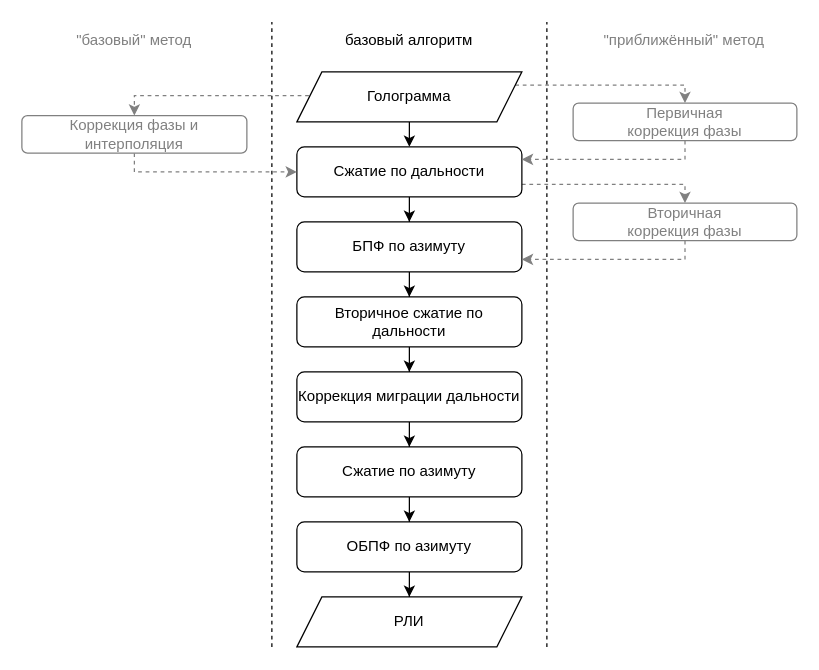
This is images/RDA.drawio from A1rsenij/sar-model, a draw.io file, before an edit. Source tidied: cells renumbered, new cells numbered last; positions are measured from the earlier drawing's top-left corner, leaving out a move shared by most shapes. Both pictures are drawn from the tidied source at 125%, with x=0, y=0 at pixel (21, 21).
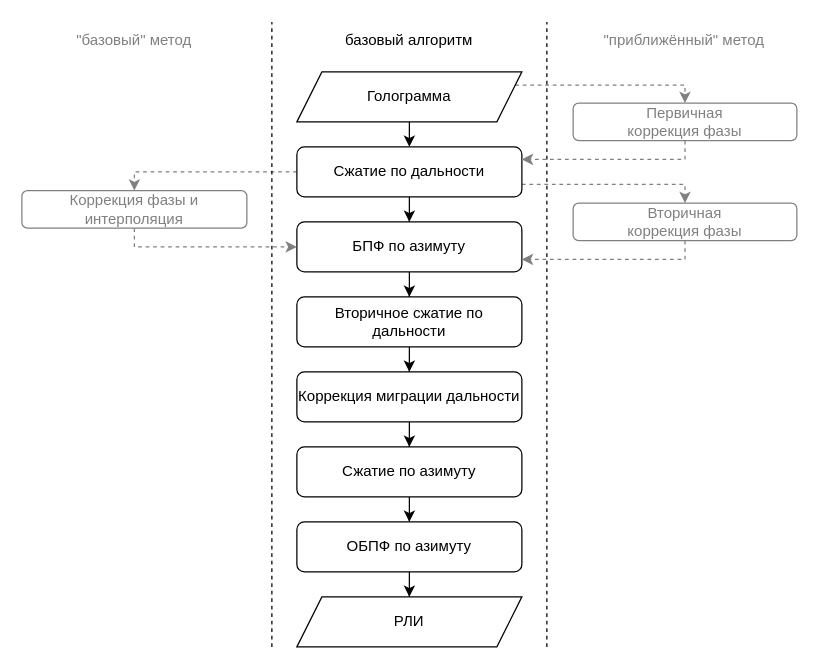
After the change.

Unchanged cells that the change refers to:
```xml
<mxCell id="6" value="Сжатие по дальности" style="rounded=1;glass=0;strokeWidth=1;shadow=0;fontFamily=JetBrains Mono;fontSize=12;whiteSpace=wrap;" parent="1" vertex="1">
  <mxGeometry x="220" y="100" width="180" height="40" as="geometry" />
</mxCell>
<mxCell id="8" value="БПФ по азимуту" style="rounded=1;glass=0;strokeWidth=1;shadow=0;fontFamily=JetBrains Mono;fontSize=12;whiteSpace=wrap;" parent="1" vertex="1">
  <mxGeometry x="220" y="160" width="180" height="40" as="geometry" />
</mxCell>
<mxCell id="29" value="Голограмма" style="shape=parallelogram;perimeter=parallelogramPerimeter;whiteSpace=wrap;html=1;fixedSize=1;fontFamily=JetBrains Mono;fontSize=12;" parent="1" vertex="1">
  <mxGeometry x="220" y="40" width="180" height="40" as="geometry" />
</mxCell>
```

The edit, as a diff of the source:
```diff
@@
-    <mxCell id="2" style="edgeStyle=orthogonalEdgeStyle;rounded=0;jettySize=auto;exitX=0;exitY=0.25;exitDx=0;exitDy=0;entryX=0.5;entryY=0;entryDx=0;entryDy=0;strokeColor=#808080;fontFamily=JetBrains Mono;fontSize=12;dashed=1;" parent="1" edge="1" source="29" target="23">
+    <mxCell id="2" style="edgeStyle=orthogonalEdgeStyle;rounded=0;jettySize=auto;exitX=0;exitY=0.5;exitDx=0;exitDy=0;entryX=0.5;entryY=0;entryDx=0;entryDy=0;strokeColor=#808080;fontFamily=JetBrains Mono;fontSize=12;dashed=1;" parent="1" edge="1" source="6" target="23">
       <mxGeometry relative="1" as="geometry">
         <Array as="points">
-          <mxPoint x="234" y="59" />
-          <mxPoint x="90" y="59" />
+          <mxPoint x="90" y="120" />
         </Array>
       </mxGeometry>
     </mxCell>
@@
-    <mxCell id="22" style="edgeStyle=orthogonalEdgeStyle;rounded=0;jettySize=auto;exitX=0.5;exitY=1;exitDx=0;exitDy=0;entryX=0;entryY=0.5;entryDx=0;entryDy=0;strokeColor=#808080;fontFamily=JetBrains Mono;fontSize=12;dashed=1;" parent="1" edge="1" source="23" target="6">
+    <mxCell id="22" style="edgeStyle=orthogonalEdgeStyle;rounded=0;jettySize=auto;exitX=0.5;exitY=1;exitDx=0;exitDy=0;entryX=0;entryY=0.5;entryDx=0;entryDy=0;strokeColor=#808080;fontFamily=JetBrains Mono;fontSize=12;dashed=1;" parent="1" edge="1" source="23" target="8">
       <mxGeometry relative="1" as="geometry">
         <Array as="points">
-          <mxPoint x="90" y="120" />
+          <mxPoint x="90" y="180" />
         </Array>
       </mxGeometry>
     </mxCell>
     <mxCell id="23" value="Коррекция фазы и интерполяция" style="rounded=1;fontSize=12;glass=0;strokeWidth=1;shadow=0;fontFamily=JetBrains Mono;strokeColor=light-dark(#808080, #535353);fontColor=#808080;whiteSpace=wrap;" parent="1" vertex="1">
-      <mxGeometry y="75" width="180" height="30" as="geometry" />
+      <mxGeometry y="135" width="180" height="30" as="geometry" />
     </mxCell>
```
